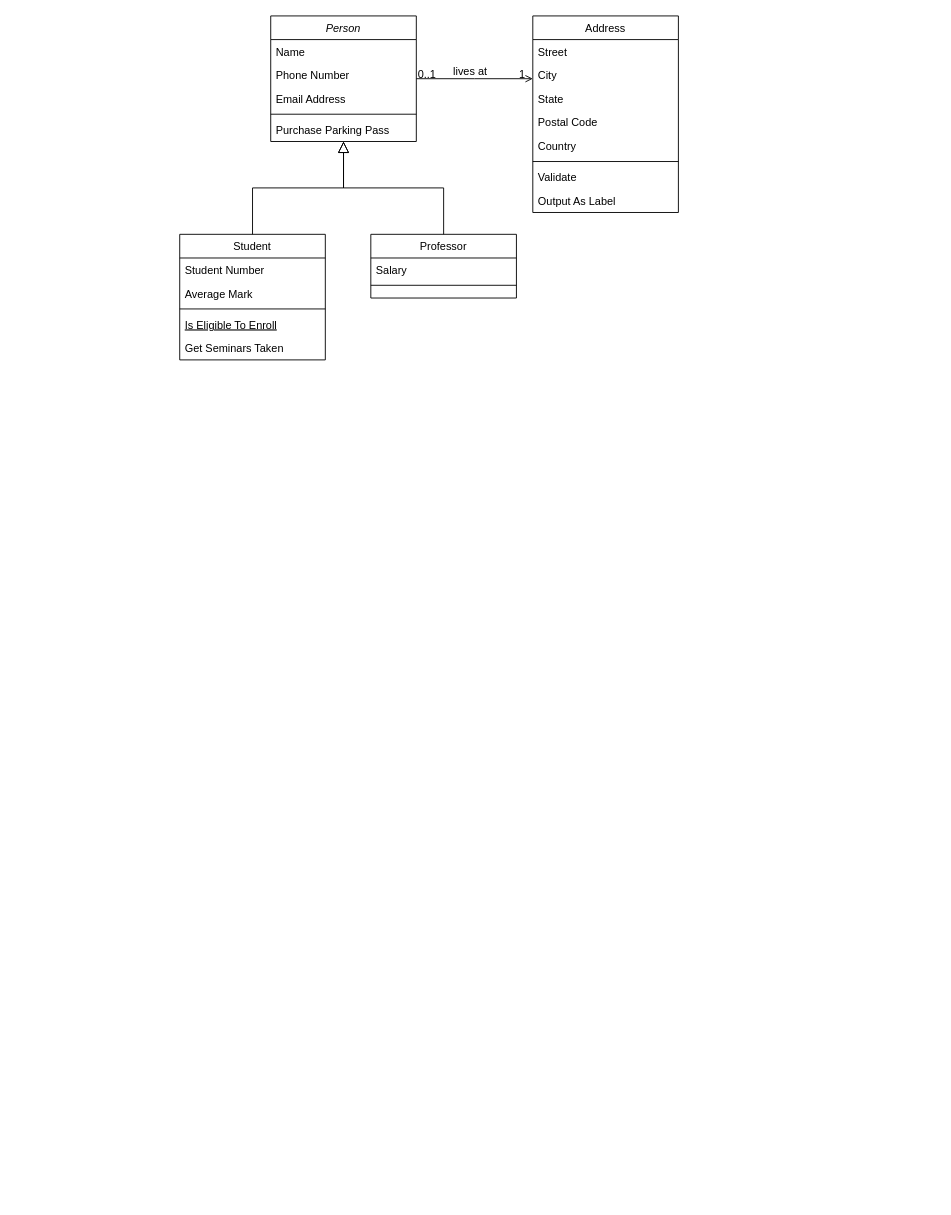
Earlier version of the draw.io diagram DiagrammaClassi.drawio (ENRICOSCHI/ProgettoProgrammazioneOggetti). Source tidied: cells renumbered, new cells numbered last; positions are measured from the earlier drawing's top-left corner, leaving out a move shared by most shapes. Both pictures are drawn from the tidied source at 91%, with x=0, y=0 at pixel (179, 15).
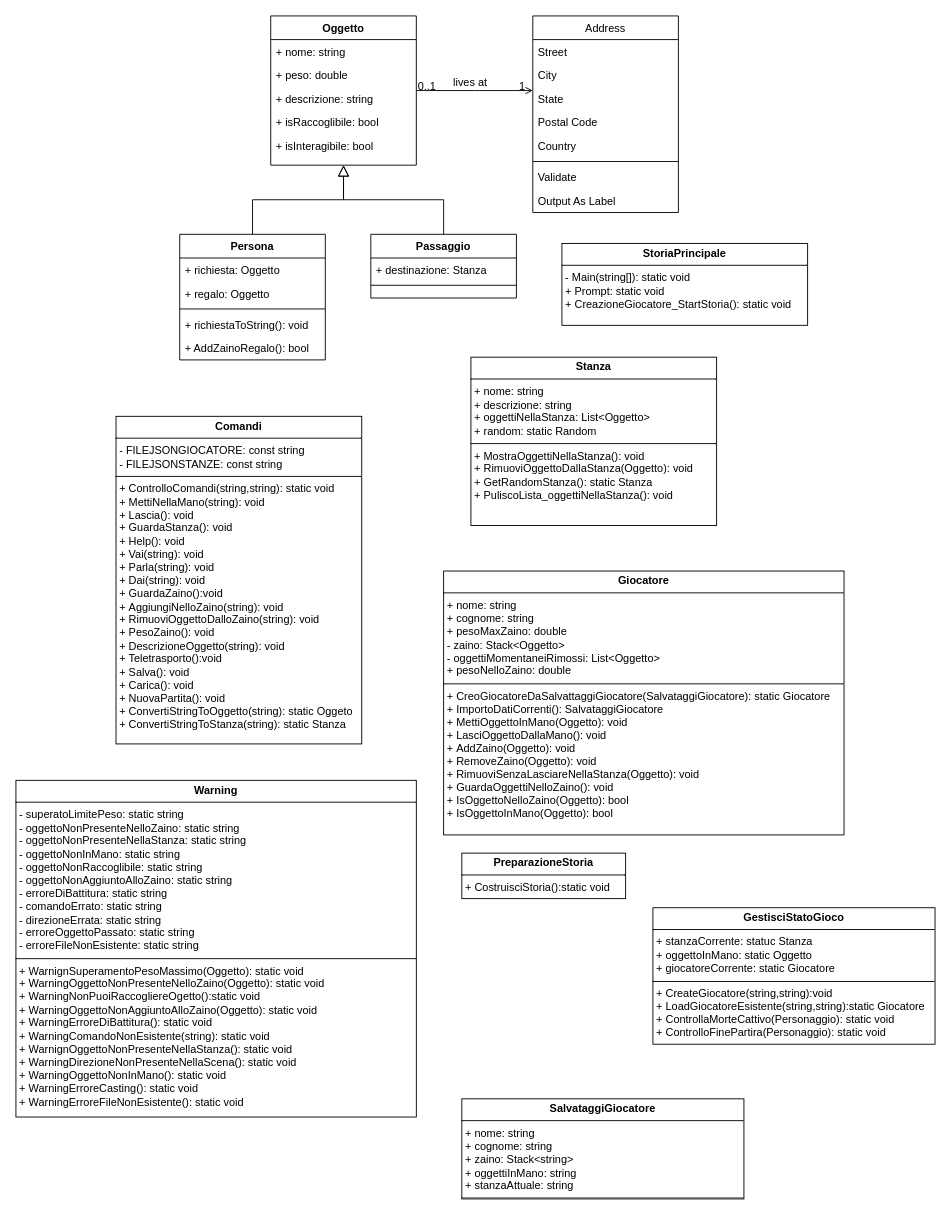
The same page after the edit.

Diff of the diagram source:
```diff
@@
-    <mxCell id="2" value="Person" style="swimlane;fontStyle=2;align=center;verticalAlign=top;horizontal=1;startSize=26;rounded=0;shadow=0;strokeWidth=1;" parent="1" vertex="1">
-      <mxGeometry x="100" width="160" height="138" as="geometry" />
+    <mxCell id="2" value="Oggetto" style="swimlane;fontStyle=1;align=center;verticalAlign=top;horizontal=1;startSize=26;rounded=0;shadow=0;strokeWidth=1;" parent="1" vertex="1">
+      <mxGeometry x="100" width="160" height="164" as="geometry" />
     </mxCell>
-    <mxCell id="3" value="Name" style="text;align=left;verticalAlign=top;spacingLeft=4;spacingRight=4;overflow=hidden;" parent="2" vertex="1">
+    <mxCell id="3" value="+ nome: string" style="text;align=left;verticalAlign=top;spacingLeft=4;spacingRight=4;overflow=hidden;" parent="2" vertex="1">
       <mxGeometry y="26" width="160" height="26" as="geometry" />
     </mxCell>
-    <mxCell id="4" value="Phone Number" style="text;align=left;verticalAlign=top;spacingLeft=4;spacingRight=4;overflow=hidden;rounded=0;shadow=0;html=0;" parent="2" vertex="1">
+    <mxCell id="4" value="+ peso: double" style="text;align=left;verticalAlign=top;spacingLeft=4;spacingRight=4;overflow=hidden;rounded=0;shadow=0;html=0;" parent="2" vertex="1">
       <mxGeometry y="52" width="160" height="26" as="geometry" />
     </mxCell>
-    <mxCell id="5" value="Email Address" style="text;align=left;verticalAlign=top;spacingLeft=4;spacingRight=4;overflow=hidden;rounded=0;shadow=0;html=0;" parent="2" vertex="1">
+    <mxCell id="5" value="+ descrizione: string" style="text;align=left;verticalAlign=top;spacingLeft=4;spacingRight=4;overflow=hidden;rounded=0;shadow=0;html=0;" parent="2" vertex="1">
       <mxGeometry y="78" width="160" height="26" as="geometry" />
     </mxCell>
-    <mxCell id="6" style="line;html=1;strokeWidth=1;align=left;verticalAlign=middle;spacingTop=-1;spacingLeft=3;spacingRight=3;labelPosition=right;" parent="2" vertex="1">
-      <mxGeometry y="104" width="160" height="8" as="geometry" />
-    </mxCell>
-    <mxCell id="7" value="Purchase Parking Pass" style="text;align=left;verticalAlign=top;spacingLeft=4;spacingRight=4;overflow=hidden;" parent="2" vertex="1">
-      <mxGeometry y="112" width="160" height="26" as="geometry" />
-    </mxCell>
+    <mxCell id="32" value="+ isRaccoglibile: bool" style="text;align=left;verticalAlign=top;spacingLeft=4;spacingRight=4;overflow=hidden;rounded=0;shadow=0;html=0;" parent="2" vertex="1">
+      <mxGeometry y="104" width="160" height="26" as="geometry" />
+    </mxCell>
+    <mxCell id="33" value="+ isInteragibile: bool" style="text;align=left;verticalAlign=top;spacingLeft=4;spacingRight=4;overflow=hidden;rounded=0;shadow=0;html=0;" parent="2" vertex="1">
+      <mxGeometry y="130" width="160" height="26" as="geometry" />
+    </mxCell>
-    <mxCell id="8" value="Student" style="swimlane;fontStyle=0;align=center;verticalAlign=top;horizontal=1;startSize=26;rounded=0;shadow=0;strokeWidth=1;" parent="1" vertex="1">
+    <mxCell id="8" value="Persona" style="swimlane;fontStyle=1;align=center;verticalAlign=top;horizontal=1;startSize=26;rounded=0;shadow=0;strokeWidth=1;" parent="1" vertex="1">
       <mxGeometry y="240" width="160" height="138" as="geometry" />
     </mxCell>
-    <mxCell id="9" value="Student Number" style="text;align=left;verticalAlign=top;spacingLeft=4;spacingRight=4;overflow=hidden;" parent="8" vertex="1">
-      <mxGeometry y="26" width="160" height="26" as="geometry" />
-    </mxCell>
-    <mxCell id="10" value="Average Mark" style="text;align=left;verticalAlign=top;spacingLeft=4;spacingRight=4;overflow=hidden;rounded=0;shadow=0;html=0;" parent="8" vertex="1">
-      <mxGeometry y="52" width="160" height="26" as="geometry" />
-    </mxCell>
+    <mxCell id="34" value="+ richiesta: Oggetto" style="text;align=left;verticalAlign=top;spacingLeft=4;spacingRight=4;overflow=hidden;" parent="8" vertex="1">
+      <mxGeometry y="26" width="160" height="26" as="geometry" />
+    </mxCell>
+    <mxCell id="35" value="+ regalo: Oggetto" style="text;align=left;verticalAlign=top;spacingLeft=4;spacingRight=4;overflow=hidden;" parent="8" vertex="1">
+      <mxGeometry y="52" width="160" height="26" as="geometry" />
+    </mxCell>
@@
-    <mxCell id="12" value="Is Eligible To Enroll" style="text;align=left;verticalAlign=top;spacingLeft=4;spacingRight=4;overflow=hidden;fontStyle=4;" parent="8" vertex="1">
-      <mxGeometry y="86" width="160" height="26" as="geometry" />
-    </mxCell>
-    <mxCell id="13" value="Get Seminars Taken" style="text;align=left;verticalAlign=top;spacingLeft=4;spacingRight=4;overflow=hidden;" parent="8" vertex="1">
-      <mxGeometry y="112" width="160" height="26" as="geometry" />
-    </mxCell>
+    <mxCell id="36" value="+ richiestaToString(): void" style="text;align=left;verticalAlign=top;spacingLeft=4;spacingRight=4;overflow=hidden;" parent="8" vertex="1">
+      <mxGeometry y="86" width="160" height="26" as="geometry" />
+    </mxCell>
+    <mxCell id="37" value="+ AddZainoRegalo(): bool" style="text;align=left;verticalAlign=top;spacingLeft=4;spacingRight=4;overflow=hidden;" parent="8" vertex="1">
+      <mxGeometry y="112" width="160" height="26" as="geometry" />
+    </mxCell>
@@
-    <mxCell id="15" value="Professor" style="swimlane;fontStyle=0;align=center;verticalAlign=top;horizontal=1;startSize=26;rounded=0;shadow=0;strokeWidth=1;" parent="1" vertex="1">
+    <mxCell id="15" value="Passaggio" style="swimlane;fontStyle=1;align=center;verticalAlign=top;horizontal=1;startSize=26;rounded=0;shadow=0;strokeWidth=1;" parent="1" vertex="1">
       <mxGeometry x="210" y="240" width="160" height="70" as="geometry" />
     </mxCell>
-    <mxCell id="16" value="Salary" style="text;align=left;verticalAlign=top;spacingLeft=4;spacingRight=4;overflow=hidden;" parent="15" vertex="1">
+    <mxCell id="16" value="+ destinazione: Stanza" style="text;align=left;verticalAlign=top;spacingLeft=4;spacingRight=4;overflow=hidden;" parent="15" vertex="1">
       <mxGeometry y="26" width="160" height="26" as="geometry" />
     </mxCell>
@@
+    <mxCell id="38" value="&lt;p style=&quot;margin:0px;margin-top:4px;text-align:center;&quot;&gt;&lt;b&gt;Stanza&lt;/b&gt;&lt;/p&gt;&lt;hr size=&quot;1&quot; style=&quot;border-style:solid;&quot;&gt;&lt;p style=&quot;margin:0px;margin-left:4px;&quot;&gt;+ nome: string&lt;/p&gt;&lt;p style=&quot;margin:0px;margin-left:4px;&quot;&gt;+ descrizione: string&lt;/p&gt;&lt;p style=&quot;margin:0px;margin-left:4px;&quot;&gt;+ oggettiNellaStanza: List&amp;lt;Oggetto&amp;gt;&lt;/p&gt;&lt;p style=&quot;margin:0px;margin-left:4px;&quot;&gt;+ random: static Random&lt;/p&gt;&lt;hr size=&quot;1&quot; style=&quot;border-style:solid;&quot;&gt;&lt;p style=&quot;margin:0px;margin-left:4px;&quot;&gt;+ MostraOggettiNellaStanza(): void&lt;/p&gt;&lt;p style=&quot;margin:0px;margin-left:4px;&quot;&gt;+ RimuoviOggettoDallaStanza(Oggetto): void&lt;/p&gt;&lt;p style=&quot;margin:0px;margin-left:4px;&quot;&gt;+&amp;nbsp;GetRandomStanza(): static Stanza&lt;/p&gt;&lt;p style=&quot;margin:0px;margin-left:4px;&quot;&gt;+&amp;nbsp;PuliscoLista_oggettiNellaStanza(): void&lt;/p&gt;" style="verticalAlign=top;align=left;overflow=fill;html=1;whiteSpace=wrap;" parent="1" vertex="1">
+      <mxGeometry x="320" y="375" width="270" height="185" as="geometry" />
+    </mxCell>
+    <mxCell id="39" value="&lt;p style=&quot;margin:0px;margin-top:4px;text-align:center;&quot;&gt;&lt;b&gt;Comandi&lt;/b&gt;&lt;/p&gt;&lt;hr size=&quot;1&quot; style=&quot;border-style:solid;&quot;&gt;&lt;p style=&quot;margin:0px;margin-left:4px;&quot;&gt;-&amp;nbsp;FILEJSONGIOCATORE: const string&lt;/p&gt;&lt;p style=&quot;margin:0px;margin-left:4px;&quot;&gt;-&amp;nbsp;FILEJSONSTANZE: const string&lt;/p&gt;&lt;hr size=&quot;1&quot; style=&quot;border-style:solid;&quot;&gt;&lt;p style=&quot;margin:0px;margin-left:4px;&quot;&gt;+ ControlloComandi(string,string): static void&lt;/p&gt;&lt;p style=&quot;margin:0px;margin-left:4px;&quot;&gt;+ MettiNellaMano(string): void&lt;/p&gt;&lt;p style=&quot;margin:0px;margin-left:4px;&quot;&gt;+ Lascia(): void&lt;/p&gt;&lt;p style=&quot;margin:0px;margin-left:4px;&quot;&gt;+ GuardaStanza(): void&lt;/p&gt;&lt;p style=&quot;margin:0px;margin-left:4px;&quot;&gt;+ Help(): void&lt;/p&gt;&lt;p style=&quot;margin:0px;margin-left:4px;&quot;&gt;+ Vai(string): void&lt;/p&gt;&lt;p style=&quot;margin:0px;margin-left:4px;&quot;&gt;+ Parla(string): void&lt;/p&gt;&lt;p style=&quot;margin:0px;margin-left:4px;&quot;&gt;+ Dai(string): void&lt;/p&gt;&lt;p style=&quot;margin:0px;margin-left:4px;&quot;&gt;+ GuardaZaino():void&lt;/p&gt;&lt;p style=&quot;margin:0px;margin-left:4px;&quot;&gt;+&amp;nbsp;AggiungiNelloZaino(string): void&lt;/p&gt;&lt;p style=&quot;margin:0px;margin-left:4px;&quot;&gt;+&amp;nbsp;RimuoviOggettoDalloZaino(string): void&lt;/p&gt;&lt;p style=&quot;margin:0px;margin-left:4px;&quot;&gt;+&amp;nbsp;PesoZaino(): void&lt;/p&gt;&lt;p style=&quot;margin:0px;margin-left:4px;&quot;&gt;+&amp;nbsp;DescrizioneOggetto(string): void&lt;/p&gt;&lt;p style=&quot;margin:0px;margin-left:4px;&quot;&gt;+ Teletrasporto():void&lt;/p&gt;&lt;p style=&quot;margin:0px;margin-left:4px;&quot;&gt;+ Salva(): void&lt;/p&gt;&lt;p style=&quot;margin:0px;margin-left:4px;&quot;&gt;+ Carica(): void&lt;/p&gt;&lt;p style=&quot;margin:0px;margin-left:4px;&quot;&gt;+ NuovaPartita(): void&lt;/p&gt;&lt;p style=&quot;margin:0px;margin-left:4px;&quot;&gt;+&amp;nbsp;ConvertiStringToOggetto(string): static Oggeto&lt;/p&gt;&lt;p style=&quot;margin:0px;margin-left:4px;&quot;&gt;+&amp;nbsp;ConvertiStringToStanza(string): static Stanza&lt;/p&gt;" style="verticalAlign=top;align=left;overflow=fill;html=1;whiteSpace=wrap;" parent="1" vertex="1">
+      <mxGeometry x="-70" y="440" width="270" height="360" as="geometry" />
+    </mxCell>
+    <mxCell id="40" value="&lt;p style=&quot;margin:0px;margin-top:4px;text-align:center;&quot;&gt;&lt;b&gt;Giocatore&lt;/b&gt;&lt;/p&gt;&lt;hr size=&quot;1&quot; style=&quot;border-style:solid;&quot;&gt;&lt;p style=&quot;margin:0px;margin-left:4px;&quot;&gt;+ nome: string&lt;/p&gt;&lt;p style=&quot;margin:0px;margin-left:4px;&quot;&gt;+ cognome: string&lt;/p&gt;&lt;p style=&quot;margin:0px;margin-left:4px;&quot;&gt;+&amp;nbsp;pesoMaxZaino: double&lt;/p&gt;&lt;p style=&quot;margin:0px;margin-left:4px;&quot;&gt;- zaino: Stack&amp;lt;Oggetto&amp;gt;&lt;/p&gt;&lt;p style=&quot;margin:0px;margin-left:4px;&quot;&gt;-&amp;nbsp;oggettiMomentaneiRimossi: List&amp;lt;Oggetto&amp;gt;&lt;/p&gt;&lt;p style=&quot;margin:0px;margin-left:4px;&quot;&gt;+ pesoNelloZaino: double&lt;/p&gt;&lt;hr size=&quot;1&quot; style=&quot;border-style:solid;&quot;&gt;&lt;p style=&quot;margin:0px;margin-left:4px;&quot;&gt;+&amp;nbsp;CreoGiocatoreDaSalvattaggiGiocatore(SalvataggiGiocatore): static Giocatore&lt;/p&gt;&lt;p style=&quot;margin:0px;margin-left:4px;&quot;&gt;+&amp;nbsp;ImportoDatiCorrenti():&amp;nbsp;SalvataggiGiocatore&lt;/p&gt;&lt;p style=&quot;margin:0px;margin-left:4px;&quot;&gt;+&amp;nbsp;MettiOggettoInMano(Oggetto): void&lt;/p&gt;&lt;p style=&quot;margin:0px;margin-left:4px;&quot;&gt;+&amp;nbsp;LasciOggettoDallaMano(): void&lt;/p&gt;&lt;p style=&quot;margin:0px;margin-left:4px;&quot;&gt;+&amp;nbsp;AddZaino(Oggetto): void&lt;/p&gt;&lt;p style=&quot;margin:0px;margin-left:4px;&quot;&gt;+&amp;nbsp;RemoveZaino(Oggetto): void&lt;/p&gt;&lt;p style=&quot;margin:0px;margin-left:4px;&quot;&gt;+&amp;nbsp;RimuoviSenzaLasciareNellaStanza(Oggetto): void&lt;/p&gt;&lt;p style=&quot;margin:0px;margin-left:4px;&quot;&gt;+&amp;nbsp;GuardaOggettiNelloZaino(): void&lt;/p&gt;&lt;p style=&quot;margin:0px;margin-left:4px;&quot;&gt;+&amp;nbsp;IsOggettoNelloZaino(Oggetto): bool&lt;/p&gt;&lt;p style=&quot;margin:0px;margin-left:4px;&quot;&gt;+&amp;nbsp;IsOggettoInMano(Oggetto): bool&lt;/p&gt;" style="verticalAlign=top;align=left;overflow=fill;html=1;whiteSpace=wrap;" parent="1" vertex="1">
+      <mxGeometry x="290" y="610" width="440" height="290" as="geometry" />
+    </mxCell>
+    <mxCell id="41" value="&lt;p style=&quot;margin:0px;margin-top:4px;text-align:center;&quot;&gt;&lt;b&gt;Warning&lt;/b&gt;&lt;/p&gt;&lt;hr size=&quot;1&quot; style=&quot;border-style:solid;&quot;&gt;&lt;p style=&quot;margin:0px;margin-left:4px;&quot;&gt;-&amp;nbsp;superatoLimitePeso: static string&lt;/p&gt;&lt;p style=&quot;margin:0px;margin-left:4px;&quot;&gt;-&amp;nbsp;oggettoNonPresenteNelloZaino: static string&lt;/p&gt;&lt;p style=&quot;margin:0px;margin-left:4px;&quot;&gt;-&amp;nbsp;oggettoNonPresenteNellaStanza: static string&lt;/p&gt;&lt;p style=&quot;margin:0px;margin-left:4px;&quot;&gt;-&amp;nbsp;oggettoNonInMano: static string&lt;/p&gt;&lt;p style=&quot;margin:0px;margin-left:4px;&quot;&gt;-&amp;nbsp;oggettoNonRaccoglibile: static string&lt;/p&gt;&lt;p style=&quot;margin:0px;margin-left:4px;&quot;&gt;-&amp;nbsp;oggettoNonAggiuntoAlloZaino: static string&lt;/p&gt;&lt;p style=&quot;margin:0px;margin-left:4px;&quot;&gt;-&amp;nbsp;erroreDiBattitura: static string&lt;/p&gt;&lt;p style=&quot;margin:0px;margin-left:4px;&quot;&gt;- comandoErrato: static string&lt;/p&gt;&lt;p style=&quot;margin:0px;margin-left:4px;&quot;&gt;-&amp;nbsp;direzioneErrata: static string&lt;/p&gt;&lt;p style=&quot;margin:0px;margin-left:4px;&quot;&gt;-&amp;nbsp;erroreOggettoPassato: static string&lt;/p&gt;&lt;p style=&quot;margin:0px;margin-left:4px;&quot;&gt;-&amp;nbsp;erroreFileNonEsistente: static string&lt;/p&gt;&lt;hr size=&quot;1&quot; style=&quot;border-style:solid;&quot;&gt;&lt;p style=&quot;margin:0px;margin-left:4px;&quot;&gt;+&amp;nbsp;WarnignSuperamentoPesoMassimo(Oggetto): static void&lt;/p&gt;&lt;p style=&quot;margin:0px;margin-left:4px;&quot;&gt;+&amp;nbsp;WarningOggettoNonPresenteNelloZaino(Oggetto): static void&lt;/p&gt;&lt;p style=&quot;margin:0px;margin-left:4px;&quot;&gt;+&amp;nbsp;WarningNonPuoiRaccogliereOgetto():static void&lt;/p&gt;&lt;p style=&quot;margin:0px;margin-left:4px;&quot;&gt;+&amp;nbsp;WarningOggettoNonAggiuntoAlloZaino(Oggetto): static void&lt;/p&gt;&lt;p style=&quot;margin:0px;margin-left:4px;&quot;&gt;+&amp;nbsp;WarningErroreDiBattitura(): static void&lt;/p&gt;&lt;p style=&quot;margin:0px;margin-left:4px;&quot;&gt;+ WarningComandoNonEsistente(string): static void&lt;/p&gt;&lt;p style=&quot;margin:0px;margin-left:4px;&quot;&gt;+&amp;nbsp;WarnignOggettoNonPresenteNellaStanza(): static void&lt;/p&gt;&lt;p style=&quot;margin:0px;margin-left:4px;&quot;&gt;+&amp;nbsp;WarningDirezioneNonPresenteNellaScena(): static void&lt;/p&gt;&lt;p style=&quot;margin:0px;margin-left:4px;&quot;&gt;+&amp;nbsp;WarningOggettoNonInMano(): static void&lt;/p&gt;&lt;p style=&quot;margin:0px;margin-left:4px;&quot;&gt;+&amp;nbsp;WarningErroreCasting(): static void&lt;/p&gt;&lt;p style=&quot;margin:0px;margin-left:4px;&quot;&gt;+&amp;nbsp;WarningErroreFileNonEsistente(): static void&lt;/p&gt;" style="verticalAlign=top;align=left;overflow=fill;html=1;whiteSpace=wrap;" parent="1" vertex="1">
+      <mxGeometry x="-180" y="840" width="440" height="370" as="geometry" />
+    </mxCell>
+    <mxCell id="42" value="&lt;p style=&quot;margin:0px;margin-top:4px;text-align:center;&quot;&gt;&lt;b&gt;PreparazioneStoria&lt;/b&gt;&lt;/p&gt;&lt;hr size=&quot;1&quot; style=&quot;border-style:solid;&quot;&gt;&lt;p style=&quot;margin:0px;margin-left:4px;&quot;&gt;+ CostruisciStoria():static void&lt;/p&gt;" style="verticalAlign=top;align=left;overflow=fill;html=1;whiteSpace=wrap;" parent="1" vertex="1">
+      <mxGeometry x="310" y="920" width="180" height="50" as="geometry" />
+    </mxCell>
+    <mxCell id="43" value="&lt;p style=&quot;margin:0px;margin-top:4px;text-align:center;&quot;&gt;&lt;b&gt;GestisciStatoGioco&lt;/b&gt;&lt;/p&gt;&lt;hr size=&quot;1&quot; style=&quot;border-style:solid;&quot;&gt;&lt;p style=&quot;margin:0px;margin-left:4px;&quot;&gt;+ stanzaCorrente: statuc Stanza&lt;/p&gt;&lt;p style=&quot;margin:0px;margin-left:4px;&quot;&gt;+&amp;nbsp;oggettoInMano: static Oggetto&lt;/p&gt;&lt;p style=&quot;margin:0px;margin-left:4px;&quot;&gt;+&amp;nbsp;giocatoreCorrente: static Giocatore&lt;/p&gt;&lt;hr size=&quot;1&quot; style=&quot;border-style:solid;&quot;&gt;&lt;p style=&quot;margin:0px;margin-left:4px;&quot;&gt;+&amp;nbsp;CreateGiocatore(string,string):void&lt;/p&gt;&lt;p style=&quot;margin:0px;margin-left:4px;&quot;&gt;+&amp;nbsp;LoadGiocatoreEsistente(string,string):static Giocatore&lt;/p&gt;&lt;p style=&quot;margin:0px;margin-left:4px;&quot;&gt;+&amp;nbsp;ControllaMorteCattivo(Personaggio): static void&lt;/p&gt;&lt;p style=&quot;margin:0px;margin-left:4px;&quot;&gt;+&amp;nbsp;ControlloFinePartira(Personaggio): static void&lt;/p&gt;" style="verticalAlign=top;align=left;overflow=fill;html=1;whiteSpace=wrap;" parent="1" vertex="1">
+      <mxGeometry x="520" y="980" width="310" height="150" as="geometry" />
+    </mxCell>
+    <mxCell id="44" value="&lt;p style=&quot;margin:0px;margin-top:4px;text-align:center;&quot;&gt;&lt;b&gt;SalvataggiGiocatore&lt;/b&gt;&lt;/p&gt;&lt;hr size=&quot;1&quot; style=&quot;border-style:solid;&quot;&gt;&lt;p style=&quot;margin: 0px 0px 0px 4px;&quot;&gt;+ nome: string&lt;/p&gt;&lt;p style=&quot;margin: 0px 0px 0px 4px;&quot;&gt;+ cognome: string&lt;/p&gt;&lt;p style=&quot;margin: 0px 0px 0px 4px;&quot;&gt;+ zaino: Stack&amp;lt;string&amp;gt;&lt;/p&gt;&lt;p style=&quot;margin: 0px 0px 0px 4px;&quot;&gt;+ oggettiInMano: string&lt;/p&gt;&lt;p style=&quot;margin: 0px 0px 0px 4px;&quot;&gt;+ stanzaAttuale: string&lt;/p&gt;&lt;hr size=&quot;1&quot; style=&quot;border-style:solid;&quot;&gt;&lt;p style=&quot;margin:0px;margin-left:4px;&quot;&gt;&lt;br&gt;&lt;/p&gt;" style="verticalAlign=top;align=left;overflow=fill;html=1;whiteSpace=wrap;" parent="1" vertex="1">
+      <mxGeometry x="310" y="1190" width="310" height="110" as="geometry" />
+    </mxCell>
+    <mxCell id="45" value="&lt;p style=&quot;margin:0px;margin-top:4px;text-align:center;&quot;&gt;&lt;b&gt;StoriaPrincipale&lt;/b&gt;&lt;/p&gt;&lt;hr size=&quot;1&quot; style=&quot;border-style:solid;&quot;&gt;&lt;p style=&quot;margin:0px;margin-left:4px;&quot;&gt;- Main(string[]): static void&lt;/p&gt;&lt;p style=&quot;margin:0px;margin-left:4px;&quot;&gt;+ Prompt: static void&lt;/p&gt;&lt;p style=&quot;margin:0px;margin-left:4px;&quot;&gt;+&amp;nbsp;CreazioneGiocatore_StartStoria(): static void&lt;/p&gt;" style="verticalAlign=top;align=left;overflow=fill;html=1;whiteSpace=wrap;" parent="1" vertex="1">
+      <mxGeometry x="420" y="250" width="270" height="90" as="geometry" />
+    </mxCell>
```
